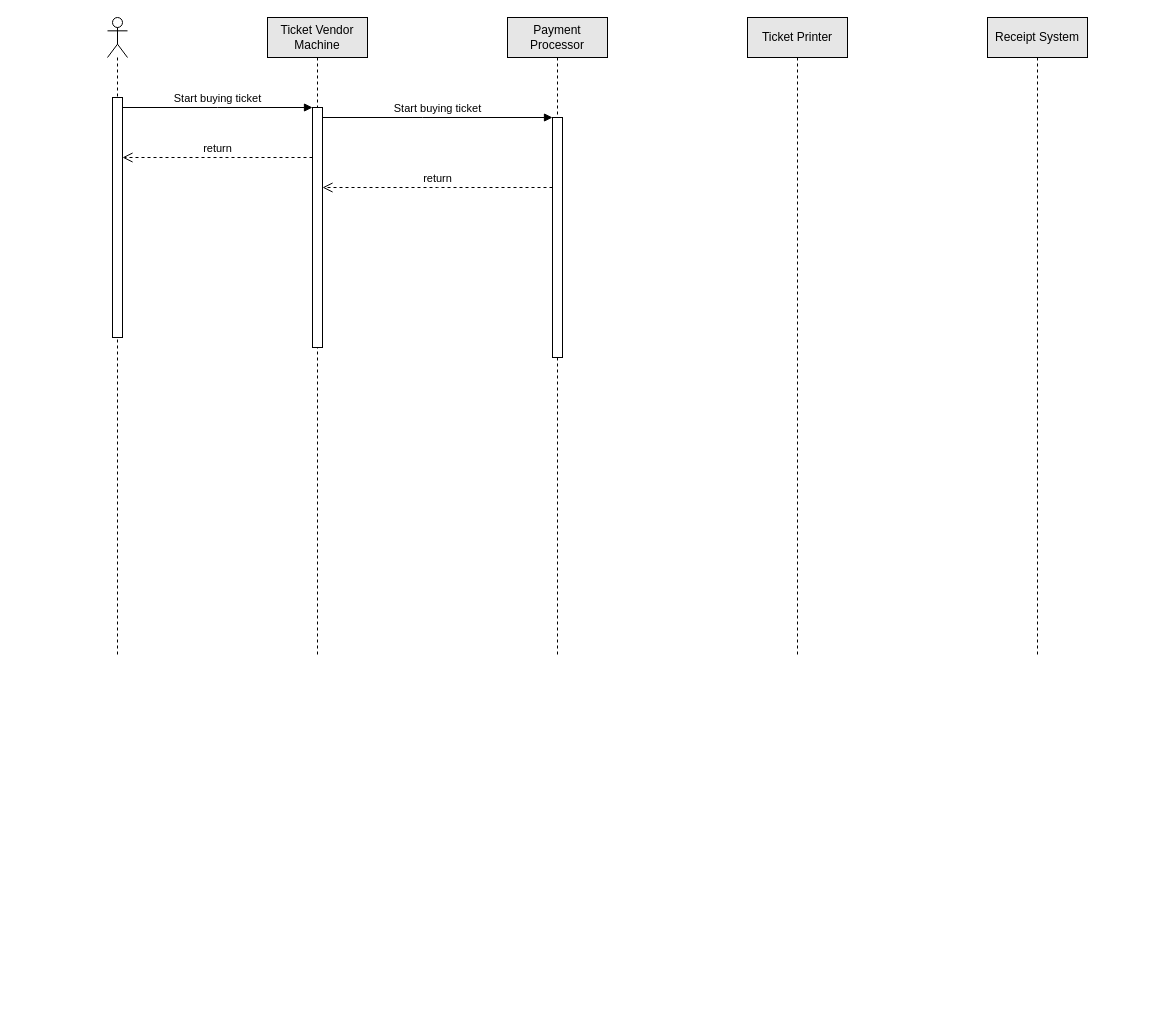
Before: UseCase_Sequence_StateChart_Class_Diagram/SequenceDiagram.drawio in Dranov220805/Ticket_Vendor_Machine, a draw.io diagram. Source tidied: cells renumbered, new cells numbered last; positions are measured from the earlier drawing's top-left corner, leaving out a move shared by most shapes. Both pictures are drawn from the tidied source at 100%, with x=0, y=0 at pixel (107, 17).
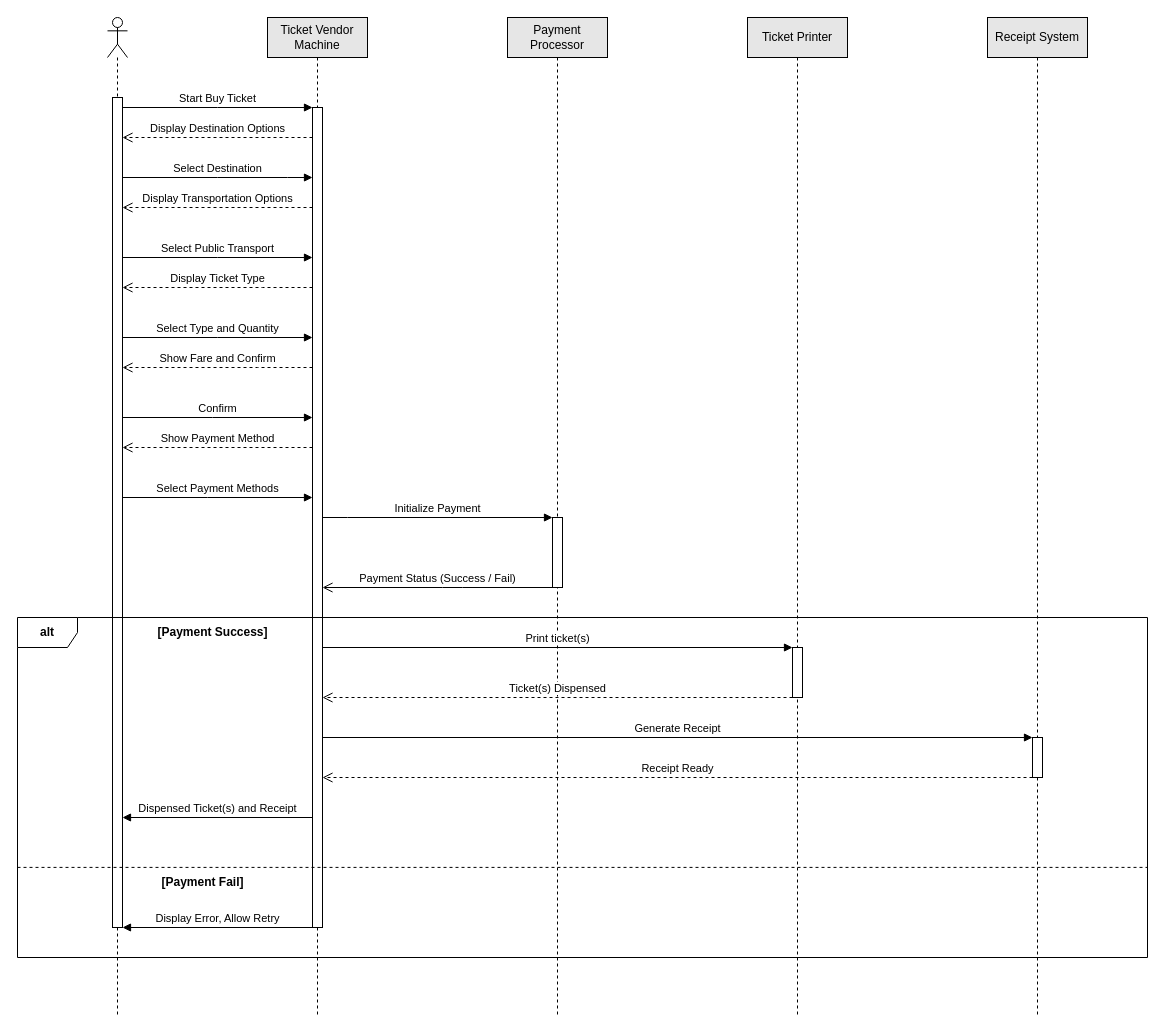
The same page after the edit.

Commit message (it also covers changes not shown here):
Update Sequence Diagram

Change to the diagram source:
```diff
@@
     <mxCell id="2" value="Ticket Vendor Machine" style="shape=umlLifeline;perimeter=lifelinePerimeter;whiteSpace=wrap;html=1;newEdgeStyle={&quot;edgeStyle&quot;:&quot;elbowEdgeStyle&quot;,&quot;elbow&quot;:&quot;vertical&quot;,&quot;curved&quot;:0,&quot;rounded&quot;:0};fillColor=#E6E6E6;" parent="1" vertex="1">
-      <mxGeometry x="160" width="100" height="640" as="geometry" />
+      <mxGeometry x="160" width="100" height="1000" as="geometry" />
     </mxCell>
     <mxCell id="3" style="html=1;points=[];perimeter=orthogonalPerimeter;outlineConnect=0;targetShapes=umlLifeline;portConstraint=eastwest;newEdgeStyle={&quot;edgeStyle&quot;:&quot;elbowEdgeStyle&quot;,&quot;elbow&quot;:&quot;vertical&quot;,&quot;curved&quot;:0,&quot;rounded&quot;:0};" parent="2" vertex="1">
-      <mxGeometry x="45" y="90" width="10" height="240" as="geometry" />
+      <mxGeometry x="45" y="90" width="10" height="820" as="geometry" />
     </mxCell>
     <mxCell id="4" value="Payment Processor" style="shape=umlLifeline;perimeter=lifelinePerimeter;whiteSpace=wrap;html=1;newEdgeStyle={&quot;edgeStyle&quot;:&quot;elbowEdgeStyle&quot;,&quot;elbow&quot;:&quot;vertical&quot;,&quot;curved&quot;:0,&quot;rounded&quot;:0};fillColor=#E6E6E6;" parent="1" vertex="1">
-      <mxGeometry x="400" width="100" height="640" as="geometry" />
+      <mxGeometry x="400" width="100" height="1000" as="geometry" />
     </mxCell>
-    <mxCell id="5" style="html=1;points=[];perimeter=orthogonalPerimeter;outlineConnect=0;targetShapes=umlLifeline;portConstraint=eastwest;newEdgeStyle={&quot;edgeStyle&quot;:&quot;elbowEdgeStyle&quot;,&quot;elbow&quot;:&quot;vertical&quot;,&quot;curved&quot;:0,&quot;rounded&quot;:0};" parent="4" vertex="1">
-      <mxGeometry x="45" y="100" width="10" height="240" as="geometry" />
-    </mxCell>
+    <mxCell id="14" value="&amp;nbsp;&amp;nbsp;" style="html=1;points=[[0,0,0,0,5],[0,1,0,0,-5],[1,0,0,0,5],[1,1,0,0,-5]];perimeter=orthogonalPerimeter;outlineConnect=0;targetShapes=umlLifeline;portConstraint=eastwest;newEdgeStyle={&quot;curved&quot;:0,&quot;rounded&quot;:0};" parent="4" vertex="1">
+      <mxGeometry x="45" y="500" width="10" height="70" as="geometry" />
+    </mxCell>
     <mxCell id="6" value="Receipt System" style="shape=umlLifeline;perimeter=lifelinePerimeter;whiteSpace=wrap;html=1;newEdgeStyle={&quot;curved&quot;:0,&quot;rounded&quot;:0};fillColor=#E6E6E6;" parent="1" vertex="1">
-      <mxGeometry x="880" width="100" height="640" as="geometry" />
+      <mxGeometry x="880" width="100" height="1000" as="geometry" />
     </mxCell>
     <mxCell id="7" value="Ticket Printer" style="shape=umlLifeline;perimeter=lifelinePerimeter;whiteSpace=wrap;html=1;newEdgeStyle={&quot;curved&quot;:0,&quot;rounded&quot;:0};fillColor=#E6E6E6;" parent="1" vertex="1">
-      <mxGeometry x="640" width="100" height="640" as="geometry" />
+      <mxGeometry x="640" width="100" height="1000" as="geometry" />
     </mxCell>
+    <mxCell id="5" style="html=1;points=[];perimeter=orthogonalPerimeter;outlineConnect=0;targetShapes=umlLifeline;portConstraint=eastwest;newEdgeStyle={&quot;edgeStyle&quot;:&quot;elbowEdgeStyle&quot;,&quot;elbow&quot;:&quot;vertical&quot;,&quot;curved&quot;:0,&quot;rounded&quot;:0};" parent="7" vertex="1">
+      <mxGeometry x="45" y="630" width="10" height="50" as="geometry" />
+    </mxCell>
     <mxCell id="8" style="shape=umlLifeline;perimeter=lifelinePerimeter;whiteSpace=wrap;html=1;newEdgeStyle={&quot;curved&quot;:0,&quot;rounded&quot;:0};participant=umlActor;" parent="1" vertex="1">
-      <mxGeometry width="20" height="640" as="geometry" />
+      <mxGeometry width="20" height="1000" as="geometry" />
     </mxCell>
     <mxCell id="9" style="html=1;points=[[0,0,0,0,5],[0,1,0,0,-5],[1,0,0,0,5],[1,1,0,0,-5]];perimeter=orthogonalPerimeter;outlineConnect=0;targetShapes=umlLifeline;portConstraint=eastwest;newEdgeStyle={&quot;curved&quot;:0,&quot;rounded&quot;:0};" parent="8" vertex="1">
-      <mxGeometry x="5" y="80" width="10" height="240" as="geometry" />
+      <mxGeometry x="5" y="80" width="10" height="830" as="geometry" />
     </mxCell>
-    <mxCell id="10" value="Start buying ticket" style="html=1;verticalAlign=bottom;endArrow=block;curved=0;rounded=0;" parent="1" edge="1" source="9" target="3">
+    <mxCell id="10" value="Start Buy Ticket" style="html=1;verticalAlign=bottom;endArrow=block;curved=0;rounded=0;" parent="1" edge="1" source="9" target="3">
       <mxGeometry relative="1" as="geometry">
         <Array as="points">
           <mxPoint x="110" y="90" />
         </Array>
       </mxGeometry>
     </mxCell>
-    <mxCell id="11" value="return" style="html=1;verticalAlign=bottom;endArrow=open;dashed=1;endSize=8;curved=0;rounded=0;" parent="1" edge="1">
+    <mxCell id="11" value="Display Destination Options" style="html=1;verticalAlign=bottom;endArrow=open;dashed=1;endSize=8;curved=0;rounded=0;" parent="1" edge="1">
       <mxGeometry relative="1" as="geometry">
-        <mxPoint x="205" y="140" as="sourcePoint" />
-        <mxPoint x="15" y="140" as="targetPoint" />
+        <mxPoint x="205" y="120" as="sourcePoint" />
+        <mxPoint x="15" y="120" as="targetPoint" />
       </mxGeometry>
     </mxCell>
-    <mxCell id="12" value="Start buying ticket" style="html=1;verticalAlign=bottom;endArrow=block;curved=0;rounded=0;" parent="1" edge="1">
-      <mxGeometry relative="1" as="geometry">
-        <mxPoint x="215" y="100" as="sourcePoint" />
-        <mxPoint x="445" y="100" as="targetPoint" />
-        <Array as="points">
-          <mxPoint x="315" y="100" />
-        </Array>
-      </mxGeometry>
-    </mxCell>
-    <mxCell id="13" value="return" style="html=1;verticalAlign=bottom;endArrow=open;dashed=1;endSize=8;curved=0;rounded=0;" parent="1" edge="1" source="5" target="3">
+    <mxCell id="13" value="Payment Status (Success / Fail)" style="html=1;verticalAlign=bottom;endArrow=open;endSize=8;curved=0;rounded=0;" parent="1" edge="1">
       <mxGeometry relative="1" as="geometry">
+        <mxPoint x="445" y="570" as="sourcePoint" />
+        <mxPoint x="215" y="570" as="targetPoint" />
         <Array as="points">
-          <mxPoint x="330" y="170" />
+          <mxPoint x="355" y="570" />
+          <mxPoint x="335" y="570" />
         </Array>
       </mxGeometry>
     </mxCell>
+    <mxCell id="15" value="Select Destination" style="html=1;verticalAlign=bottom;endArrow=block;curved=0;rounded=0;" parent="1" edge="1">
+      <mxGeometry relative="1" as="geometry">
+        <mxPoint x="15" y="160" as="sourcePoint" />
+        <mxPoint x="205" y="160" as="targetPoint" />
+        <Array as="points">
+          <mxPoint x="110" y="160" />
+          <mxPoint x="180" y="160" />
+        </Array>
+      </mxGeometry>
+    </mxCell>
+    <mxCell id="16" value="Display Transportation Options" style="html=1;verticalAlign=bottom;endArrow=open;dashed=1;endSize=8;curved=0;rounded=0;" parent="1" edge="1" source="3" target="9">
+      <mxGeometry relative="1" as="geometry">
+        <Array as="points">
+          <mxPoint x="160" y="190" />
+        </Array>
+      </mxGeometry>
+    </mxCell>
+    <mxCell id="17" value="Select Public Transport" style="html=1;verticalAlign=bottom;endArrow=block;curved=0;rounded=0;" parent="1" edge="1" source="9" target="3">
+      <mxGeometry relative="1" as="geometry">
+        <Array as="points">
+          <mxPoint x="110" y="240" />
+        </Array>
+      </mxGeometry>
+    </mxCell>
+    <mxCell id="18" value="Display Ticket Type" style="html=1;verticalAlign=bottom;endArrow=open;dashed=1;endSize=8;curved=0;rounded=0;" parent="1" edge="1" source="3" target="9">
+      <mxGeometry relative="1" as="geometry">
+        <Array as="points">
+          <mxPoint x="155" y="270" />
+        </Array>
+      </mxGeometry>
+    </mxCell>
+    <mxCell id="19" value="Select Type and Quantity" style="html=1;verticalAlign=bottom;endArrow=block;curved=0;rounded=0;" parent="1" edge="1" source="9" target="3">
+      <mxGeometry relative="1" as="geometry">
+        <Array as="points">
+          <mxPoint x="110" y="320" />
+        </Array>
+      </mxGeometry>
+    </mxCell>
+    <mxCell id="20" value="Show Fare and Confirm" style="html=1;verticalAlign=bottom;endArrow=open;dashed=1;endSize=8;curved=0;rounded=0;" parent="1" edge="1" source="3" target="9">
+      <mxGeometry relative="1" as="geometry">
+        <Array as="points">
+          <mxPoint x="150" y="350" />
+        </Array>
+      </mxGeometry>
+    </mxCell>
+    <mxCell id="21" value="Select Payment Methods" style="html=1;verticalAlign=bottom;endArrow=block;curved=0;rounded=0;" parent="1" edge="1">
+      <mxGeometry relative="1" as="geometry">
+        <mxPoint x="15" y="480" as="sourcePoint" />
+        <mxPoint x="205" y="480" as="targetPoint" />
+        <Array as="points">
+          <mxPoint x="100" y="480" />
+        </Array>
+      </mxGeometry>
+    </mxCell>
+    <mxCell id="22" value="Show Payment Method" style="html=1;verticalAlign=bottom;endArrow=open;dashed=1;endSize=8;curved=0;rounded=0;" parent="1" edge="1">
+      <mxGeometry relative="1" as="geometry">
+        <mxPoint x="205" y="430" as="sourcePoint" />
+        <mxPoint x="15" y="430" as="targetPoint" />
+        <Array as="points">
+          <mxPoint x="140" y="430" />
+        </Array>
+      </mxGeometry>
+    </mxCell>
+    <mxCell id="23" value="Confirm" style="html=1;verticalAlign=bottom;endArrow=block;curved=0;rounded=0;" parent="1" edge="1" source="9" target="3">
+      <mxGeometry relative="1" as="geometry">
+        <Array as="points">
+          <mxPoint x="105" y="400" />
+        </Array>
+      </mxGeometry>
+    </mxCell>
+    <mxCell id="24" value="Initialize Payment" style="html=1;verticalAlign=bottom;endArrow=block;curved=0;rounded=0;" parent="1" edge="1" source="3" target="14">
+      <mxGeometry relative="1" as="geometry">
+        <Array as="points">
+          <mxPoint x="240" y="500" />
+        </Array>
+      </mxGeometry>
+    </mxCell>
+    <mxCell id="25" value="&lt;b&gt;alt&lt;/b&gt;" style="shape=umlFrame;whiteSpace=wrap;html=1;" parent="1" vertex="1">
+      <mxGeometry x="-90" y="600" width="1130" height="340" as="geometry" />
+    </mxCell>
+    <mxCell id="26" style="html=1;points=[];perimeter=orthogonalPerimeter;outlineConnect=0;targetShapes=umlLifeline;portConstraint=eastwest;newEdgeStyle={&quot;edgeStyle&quot;:&quot;elbowEdgeStyle&quot;,&quot;elbow&quot;:&quot;vertical&quot;,&quot;curved&quot;:0,&quot;rounded&quot;:0};" parent="1" vertex="1">
+      <mxGeometry x="925" y="720" width="10" height="40" as="geometry" />
+    </mxCell>
+    <mxCell id="27" value="&lt;b&gt;[Payment Success]&lt;/b&gt;" style="text;html=1;align=center;verticalAlign=middle;strokeColor=none;fillColor=none;" parent="1" vertex="1">
+      <mxGeometry x="40" y="600" width="130" height="30" as="geometry" />
+    </mxCell>
+    <mxCell id="28" value="&lt;b&gt;[Payment Fail]&lt;/b&gt;" style="text;html=1;align=center;verticalAlign=middle;strokeColor=none;fillColor=none;" parent="1" vertex="1">
+      <mxGeometry x="40" y="850" width="110" height="30" as="geometry" />
+    </mxCell>
+    <mxCell id="29" style="endArrow=none;html=1;rounded=0;exitX=0;exitY=0.735;exitDx=0;exitDy=0;exitPerimeter=0;entryX=1;entryY=0.735;entryDx=0;entryDy=0;entryPerimeter=0;dashed=1;" parent="1" edge="1" source="25" target="25">
+      <mxGeometry relative="1" as="geometry" />
+    </mxCell>
+    <mxCell id="30" value="Print ticket(s)" style="html=1;verticalAlign=bottom;endArrow=block;curved=0;rounded=0;align=center;labelPosition=left;verticalLabelPosition=top;" parent="1" edge="1" target="5">
+      <mxGeometry relative="1" as="geometry">
+        <mxPoint x="215" y="630" as="sourcePoint" />
+      </mxGeometry>
+    </mxCell>
+    <mxCell id="31" value="Ticket(s) Dispensed" style="html=1;verticalAlign=bottom;endArrow=open;dashed=1;endSize=8;curved=0;rounded=0;" parent="1" edge="1">
+      <mxGeometry relative="1" as="geometry">
+        <mxPoint x="685" y="680" as="sourcePoint" />
+        <mxPoint x="215" y="680" as="targetPoint" />
+      </mxGeometry>
+    </mxCell>
+    <mxCell id="32" value="Generate Receipt" style="html=1;verticalAlign=bottom;endArrow=block;curved=0;rounded=0;" parent="1" edge="1" source="3" target="26">
+      <mxGeometry relative="1" as="geometry" />
+    </mxCell>
+    <mxCell id="33" value="Receipt Ready" style="html=1;verticalAlign=bottom;endArrow=open;dashed=1;endSize=8;curved=0;rounded=0;" parent="1" edge="1">
+      <mxGeometry relative="1" as="geometry">
+        <mxPoint x="925" y="760" as="sourcePoint" />
+        <mxPoint x="215" y="760" as="targetPoint" />
+      </mxGeometry>
+    </mxCell>
+    <mxCell id="34" value="Dispensed Ticket(s) and Receipt" style="html=1;verticalAlign=bottom;endArrow=block;curved=0;rounded=0;" parent="1" edge="1">
+      <mxGeometry relative="1" as="geometry">
+        <mxPoint x="205" y="800" as="sourcePoint" />
+        <mxPoint x="15" y="800" as="targetPoint" />
+      </mxGeometry>
+    </mxCell>
+    <mxCell id="35" value="Display Error, Allow Retry" style="html=1;verticalAlign=bottom;endArrow=block;curved=0;rounded=0;" parent="1" edge="1">
+      <mxGeometry relative="1" as="geometry">
+        <mxPoint x="205" y="910" as="sourcePoint" />
+        <mxPoint x="15" y="910" as="targetPoint" />
+      </mxGeometry>
+    </mxCell>
```
